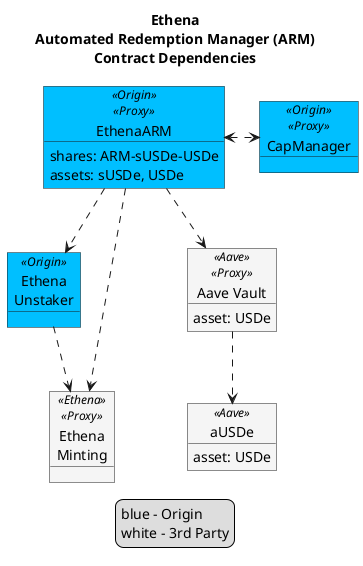
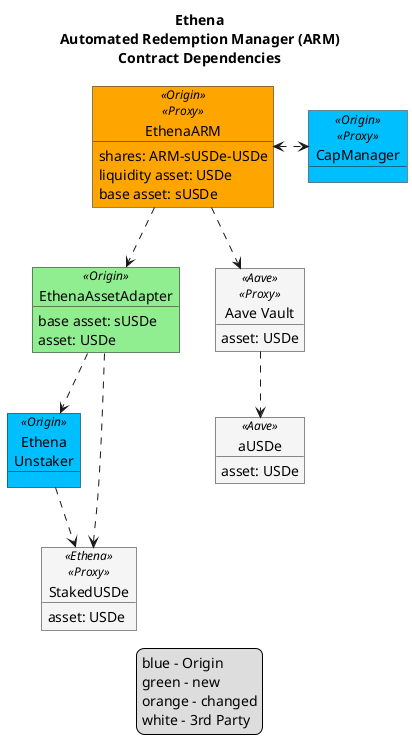
@startuml

!$originColor = DeepSkyBlue
' !$originColor = WhiteSmoke
!$newColor = LightGreen
!$changedColor = Orange
!$thirdPartyColor = WhiteSmoke

legend
blue - Origin
- ' green - new
- ' orange - changed
+ green - new
+ orange - changed
white - 3rd Party
end legend

title "Ethena\nAutomated Redemption Manager (ARM)\nContract Dependencies"

- object "EthenaARM" as arm <<Origin>><<Proxy>> #$originColor {
+ object "EthenaARM" as arm <<Origin>><<Proxy>> #$changedColor {
    shares: ARM-sUSDe-USDe
-     assets: sUSDe, USDe
+     liquidity asset: USDe
+     base asset: sUSDe
}

object "CapManager" as capMan <<Origin>><<Proxy>> #$originColor {
}

+ object "EthenaAssetAdapter" as adapter <<Origin>> #$newColor {
+     base asset: sUSDe
+     asset: USDe
+ }

object "Ethena\nUnstaker" as unstaker <<Origin>> #$originColor {
}

- object "Ethena\nMinting" as em <<Ethena>><<Proxy>> #$thirdPartyColor {
+ object "StakedUSDe" as susde <<Ethena>><<Proxy>> #$thirdPartyColor {
+     asset: USDe
}

' object "Aave Market" as aMarket <<Origin>><<Proxy>> #$originColor {
'     asset: USDe
' }

object "Aave Vault" as aVault <<Aave>><<Proxy>> #$thirdPartyColor {
    asset: USDe
}

object "aUSDe" as aUSDe <<Aave>> #$thirdPartyColor {
    asset: USDe
}

arm <.> capMan
- arm ..> unstaker
- arm ...> em
- unstaker ..> em
+ arm ..> adapter
+ adapter ..> unstaker
+ adapter ..> susde
+ unstaker ..> susde
' arm ..> aMarket
' aMarket ..> aVault
' aVault ..> aUSDe
' aMarket ...> aUSDe
arm ..> aVault
aVault ..> aUSDe

- @enduml+ @enduml
